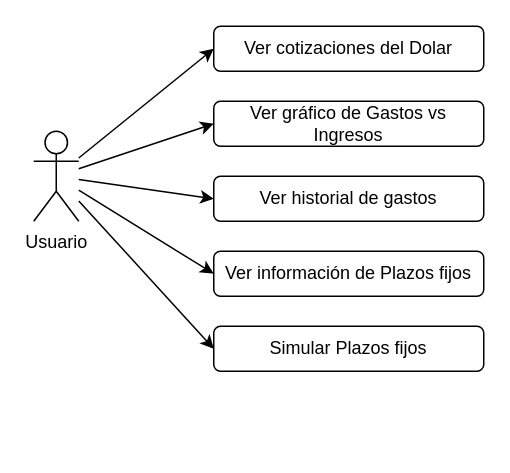
Above: docs/CU.drawio in ggoffredo/TTIP-Grupo1-2s2022 (draw.io), before the change. Source tidied: cells renumbered, new cells numbered last; positions are measured from the earlier drawing's top-left corner, leaving out a move shared by most shapes. Both pictures are drawn from the tidied source at 150%, with x=0, y=0 at pixel (33, 26).
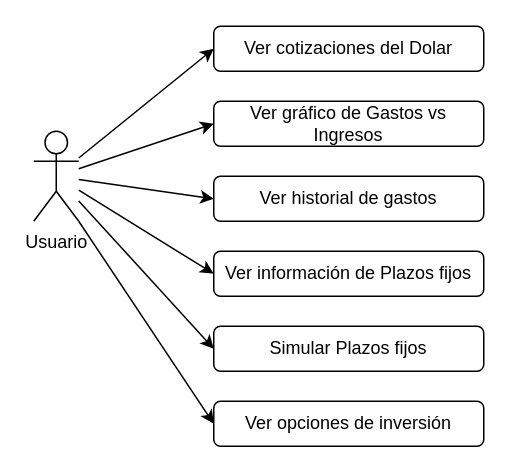
The same diagram, later.

Commit message (it also covers changes not shown here):
Create opciones de inversion * Add compra de dolares as opcion de inversion * Add plazos fijos as opciones de inversion * Update CU

What changed in the source:
```diff
@@
 <mxGraphModel>
   <root>
     <mxCell id="0" />
     <mxCell id="1" parent="0" />
     <mxCell id="2" value="&lt;div&gt;Usuario&lt;/div&gt;" style="shape=umlActor;verticalLabelPosition=bottom;verticalAlign=top;html=1;outlineConnect=0;" parent="1" vertex="1">
       <mxGeometry y="70" width="30" height="60" as="geometry" />
     </mxCell>
     <mxCell id="3" value="Ver gráfico de Gastos vs Ingresos" style="rounded=1;whiteSpace=wrap;html=1;" parent="1" vertex="1">
       <mxGeometry x="120" y="50" width="180" height="30" as="geometry" />
     </mxCell>
     <mxCell id="4" value="Ver cotizaciones del Dolar" style="rounded=1;whiteSpace=wrap;html=1;" parent="1" vertex="1">
       <mxGeometry x="120" width="180" height="30" as="geometry" />
     </mxCell>
     <mxCell id="5" value="Ver información de Plazos fijos" style="rounded=1;whiteSpace=wrap;html=1;" parent="1" vertex="1">
       <mxGeometry x="120" y="150" width="180" height="30" as="geometry" />
     </mxCell>
     <mxCell id="6" value="Simular Plazos fijos" style="rounded=1;whiteSpace=wrap;html=1;" parent="1" vertex="1">
       <mxGeometry x="120" y="200" width="180" height="30" as="geometry" />
     </mxCell>
     <mxCell id="7" value="Ver historial de gastos" style="rounded=1;whiteSpace=wrap;html=1;" parent="1" vertex="1">
       <mxGeometry x="120" y="100" width="180" height="30" as="geometry" />
     </mxCell>
     <mxCell id="8" style="endArrow=classic;html=1;rounded=0;entryX=0;entryY=0.5;entryDx=0;entryDy=0;" parent="1" edge="1" source="2" target="4">
       <mxGeometry relative="1" as="geometry" />
     </mxCell>
     <mxCell id="9" style="endArrow=classic;html=1;rounded=0;entryX=0;entryY=0.5;entryDx=0;entryDy=0;" parent="1" edge="1" source="2" target="3">
       <mxGeometry relative="1" as="geometry" />
     </mxCell>
     <mxCell id="10" style="endArrow=classic;html=1;rounded=0;entryX=0;entryY=0.5;entryDx=0;entryDy=0;" parent="1" edge="1" source="2" target="7">
       <mxGeometry relative="1" as="geometry" />
     </mxCell>
     <mxCell id="11" style="endArrow=classic;html=1;rounded=0;entryX=0;entryY=0.5;entryDx=0;entryDy=0;" parent="1" edge="1" source="2" target="5">
       <mxGeometry relative="1" as="geometry" />
     </mxCell>
     <mxCell id="12" style="endArrow=classic;html=1;rounded=0;entryX=0;entryY=0.5;entryDx=0;entryDy=0;" parent="1" edge="1" source="2" target="6">
       <mxGeometry relative="1" as="geometry" />
     </mxCell>
+    <mxCell id="13" value="Ver opciones de inversión" style="rounded=1;whiteSpace=wrap;html=1;" parent="1" vertex="1">
+      <mxGeometry x="120" y="250" width="180" height="30" as="geometry" />
+    </mxCell>
+    <mxCell id="14" style="endArrow=classic;html=1;rounded=0;entryX=0;entryY=0.5;entryDx=0;entryDy=0;exitX=1;exitY=1;exitDx=0;exitDy=0;exitPerimeter=0;" parent="1" edge="1" source="2" target="13">
+      <mxGeometry relative="1" as="geometry" />
+    </mxCell>
   </root>
 </mxGraphModel>
```
